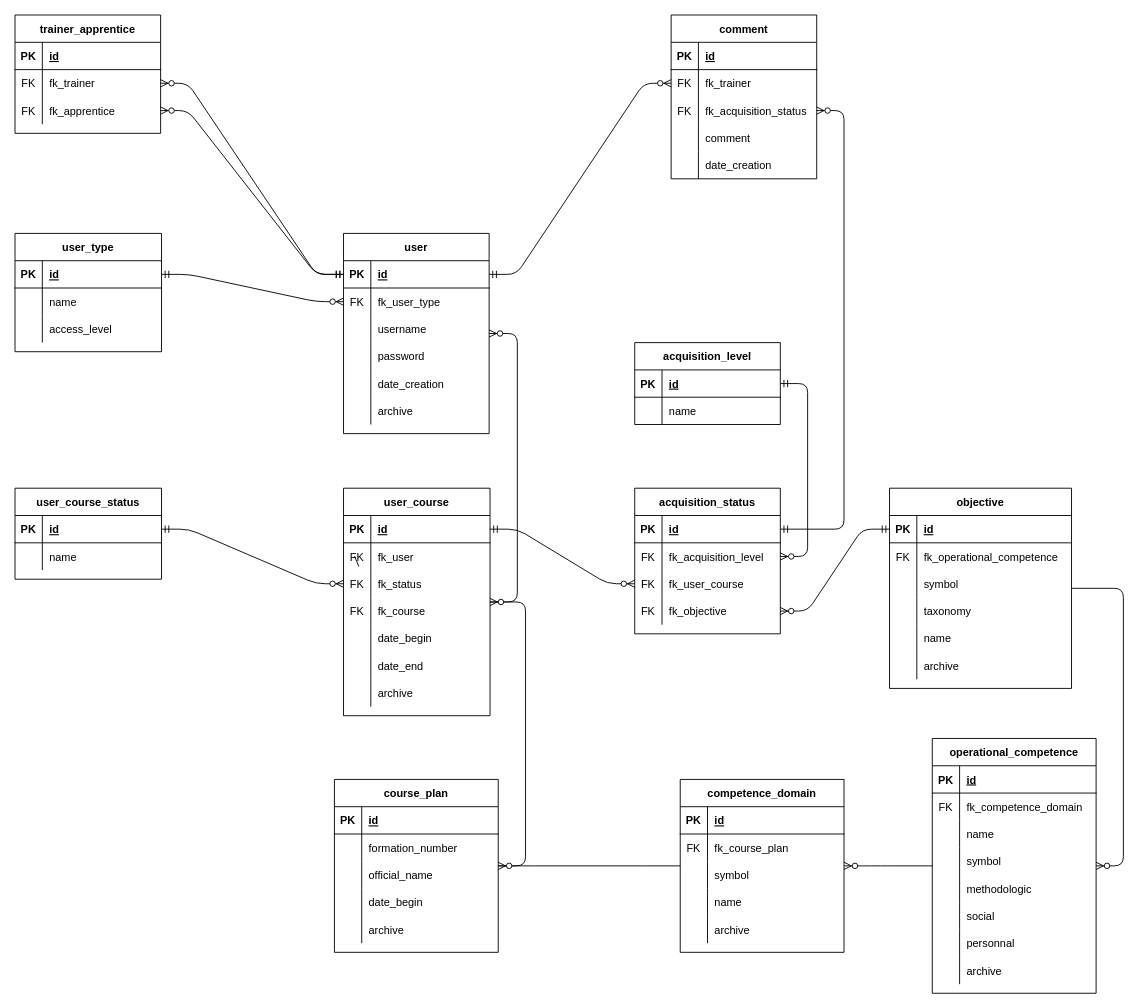
The draw.io diagram documentation/database/db_plafor.drawio in OrifInformatique/plafor, before the edit. Source tidied: cells renumbered, new cells numbered last; positions are measured from the earlier drawing's top-left corner, leaving out a move shared by most shapes. Both pictures are drawn from the tidied source at 91%, with x=0, y=0 at pixel (15, 15).
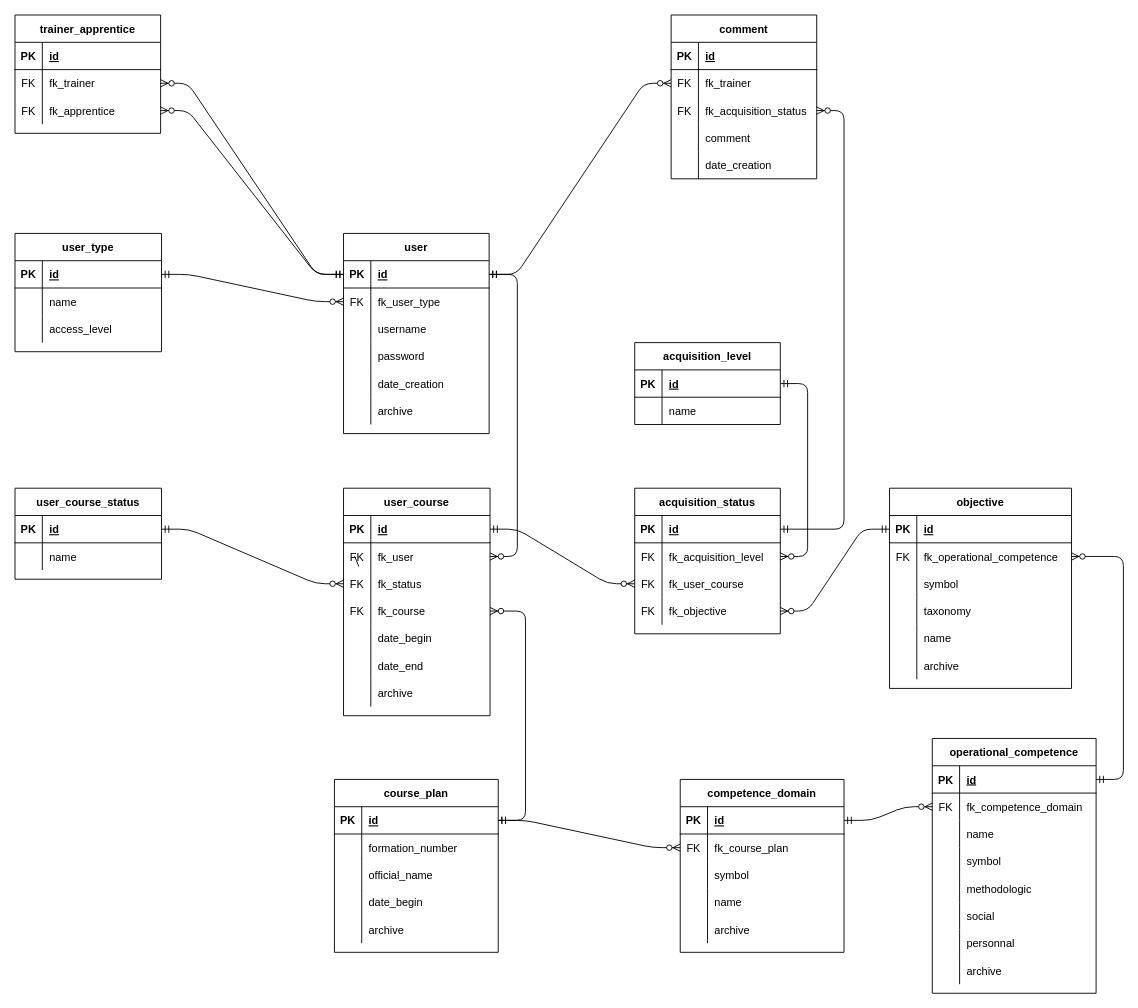
The same diagram, later.

The change refers to these unchanged cells:
```xml
<mxCell id="54" value="user" style="shape=table;startSize=30;childLayout=tableLayout;rowLines=0;fontStyle=1;align=center;" parent="1" vertex="1">
  <mxGeometry x="361" y="240" width="160" height="220" as="geometry" />
</mxCell>
<mxCell id="55" style="shape=partialRectangle;fillColor=none;top=0;left=0;bottom=1;right=0;points=[[0,0.5],[1,0.5]];portConstraint=eastwest;" parent="54" vertex="1">
  <mxGeometry y="30" width="160" height="30" as="geometry" />
</mxCell>
<mxCell id="91" value="user_course" style="shape=table;startSize=30;childLayout=tableLayout;rowLines=0;fontStyle=1;align=center;" parent="1" vertex="1">
  <mxGeometry x="361" y="520" width="161" height="250" as="geometry" />
</mxCell>
<mxCell id="95" style="shape=partialRectangle;fillColor=none;top=0;left=0;bottom=0;right=0;points=[[0,0.5],[1,0.5]];portConstraint=eastwest;" parent="91" vertex="1">
  <mxGeometry y="60" width="161" height="30" as="geometry" />
</mxCell>
<mxCell id="101" style="shape=partialRectangle;fillColor=none;top=0;left=0;bottom=0;right=0;points=[[0,0.5],[1,0.5]];portConstraint=eastwest;" parent="91" vertex="1">
  <mxGeometry y="120" width="161" height="30" as="geometry" />
</mxCell>
<mxCell id="114" value="objective" style="shape=table;startSize=30;childLayout=tableLayout;rowLines=0;fontStyle=1;align=center;" parent="1" vertex="1">
  <mxGeometry x="961" y="520" width="200" height="220" as="geometry" />
</mxCell>
<mxCell id="118" style="shape=partialRectangle;fillColor=none;top=0;left=0;bottom=0;right=0;points=[[0,0.5],[1,0.5]];portConstraint=eastwest;" parent="114" vertex="1">
  <mxGeometry y="60" width="200" height="30" as="geometry" />
</mxCell>
<mxCell id="135" value="course_plan" style="shape=table;startSize=30;childLayout=tableLayout;rowLines=0;fontStyle=1;align=center;" parent="1" vertex="1">
  <mxGeometry x="351" y="840" width="180" height="190" as="geometry" />
</mxCell>
<mxCell id="136" style="shape=partialRectangle;fillColor=none;top=0;left=0;bottom=1;right=0;points=[[0,0.5],[1,0.5]];portConstraint=eastwest;" parent="135" vertex="1">
  <mxGeometry y="30" width="180" height="30" as="geometry" />
</mxCell>
<mxCell id="153" value="competence_domain" style="shape=table;startSize=30;childLayout=tableLayout;rowLines=0;fontStyle=1;align=center;" parent="1" vertex="1">
  <mxGeometry x="731" y="840" width="180" height="190" as="geometry" />
</mxCell>
<mxCell id="154" style="shape=partialRectangle;fillColor=none;top=0;left=0;bottom=1;right=0;points=[[0,0.5],[1,0.5]];portConstraint=eastwest;" parent="153" vertex="1">
  <mxGeometry y="30" width="180" height="30" as="geometry" />
</mxCell>
<mxCell id="157" style="shape=partialRectangle;fillColor=none;top=0;left=0;bottom=0;right=0;points=[[0,0.5],[1,0.5]];portConstraint=eastwest;" parent="153" vertex="1">
  <mxGeometry y="60" width="180" height="30" as="geometry" />
</mxCell>
<mxCell id="170" value="operational_competence" style="shape=table;startSize=30;childLayout=tableLayout;rowLines=0;fontStyle=1;align=center;" parent="1" vertex="1">
  <mxGeometry x="1008" y="795" width="180" height="280" as="geometry" />
</mxCell>
<mxCell id="171" style="shape=partialRectangle;fillColor=none;top=0;left=0;bottom=1;right=0;points=[[0,0.5],[1,0.5]];portConstraint=eastwest;" parent="170" vertex="1">
  <mxGeometry y="30" width="180" height="30" as="geometry" />
</mxCell>
<mxCell id="174" style="shape=partialRectangle;fillColor=none;top=0;left=0;bottom=0;right=0;points=[[0,0.5],[1,0.5]];portConstraint=eastwest;" parent="170" vertex="1">
  <mxGeometry y="60" width="180" height="30" as="geometry" />
</mxCell>
```

Change to the diagram source:
```diff
@@
-    <mxCell id="151" style="edgeStyle=entityRelationEdgeStyle;fontSize=12;html=1;endArrow=ERzeroToMany;endFill=1;" parent="1" edge="1" source="91" target="54">
+    <mxCell id="151" style="edgeStyle=entityRelationEdgeStyle;fontSize=12;html=1;endArrow=ERmandOne;endFill=0;startArrow=ERzeroToMany;startFill=1;" parent="1" edge="1" source="95" target="55">
       <mxGeometry relative="1" as="geometry" />
     </mxCell>
-    <mxCell id="152" style="edgeStyle=entityRelationEdgeStyle;fontSize=12;html=1;endArrow=ERzeroToMany;endFill=1;" parent="1" edge="1" source="135" target="91">
+    <mxCell id="152" style="edgeStyle=entityRelationEdgeStyle;fontSize=12;html=1;endArrow=ERzeroToMany;endFill=1;startArrow=ERmandOne;startFill=0;" parent="1" edge="1" source="136" target="101">
       <mxGeometry relative="1" as="geometry" />
     </mxCell>
@@
-    <mxCell id="169" style="edgeStyle=entityRelationEdgeStyle;fontSize=12;html=1;endArrow=ERzeroToMany;endFill=1;" parent="1" edge="1" source="153" target="135">
+    <mxCell id="169" style="edgeStyle=entityRelationEdgeStyle;fontSize=12;html=1;endArrow=ERmandOne;endFill=0;startArrow=ERzeroToMany;startFill=1;" parent="1" edge="1" source="157" target="136">
       <mxGeometry relative="1" as="geometry" />
     </mxCell>
@@
-    <mxCell id="195" style="edgeStyle=entityRelationEdgeStyle;fontSize=12;html=1;endArrow=ERzeroToMany;endFill=1;" parent="1" edge="1" source="170" target="153">
+    <mxCell id="195" style="edgeStyle=entityRelationEdgeStyle;fontSize=12;html=1;endArrow=ERmandOne;endFill=0;startArrow=ERzeroToMany;startFill=1;" parent="1" edge="1" source="174" target="154">
       <mxGeometry relative="1" as="geometry" />
     </mxCell>
-    <mxCell id="196" style="edgeStyle=entityRelationEdgeStyle;fontSize=12;html=1;endArrow=ERzeroToMany;endFill=1;" parent="1" edge="1" source="114" target="170">
+    <mxCell id="196" style="edgeStyle=entityRelationEdgeStyle;fontSize=12;html=1;endArrow=ERmandOne;endFill=0;startArrow=ERzeroToMany;startFill=1;" parent="1" edge="1" source="118" target="171">
       <mxGeometry relative="1" as="geometry" />
     </mxCell>
```
